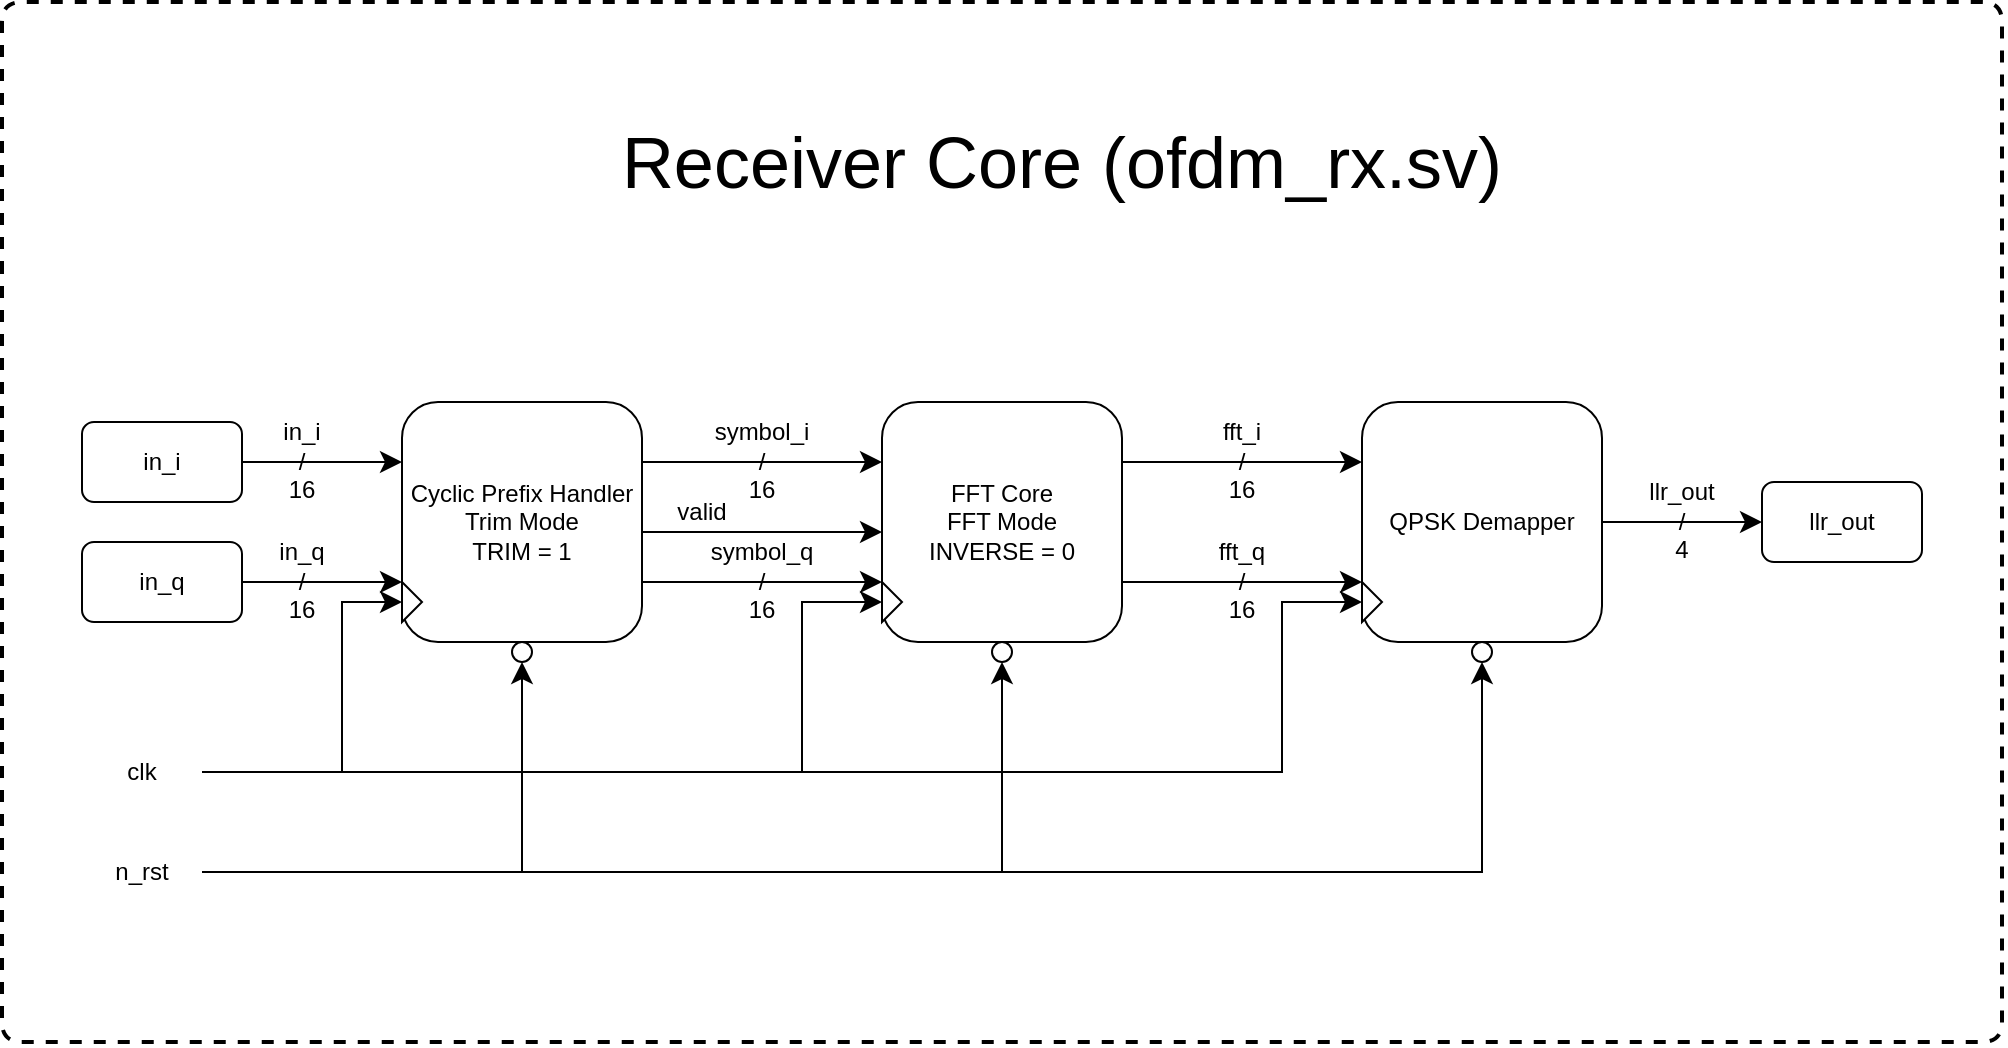
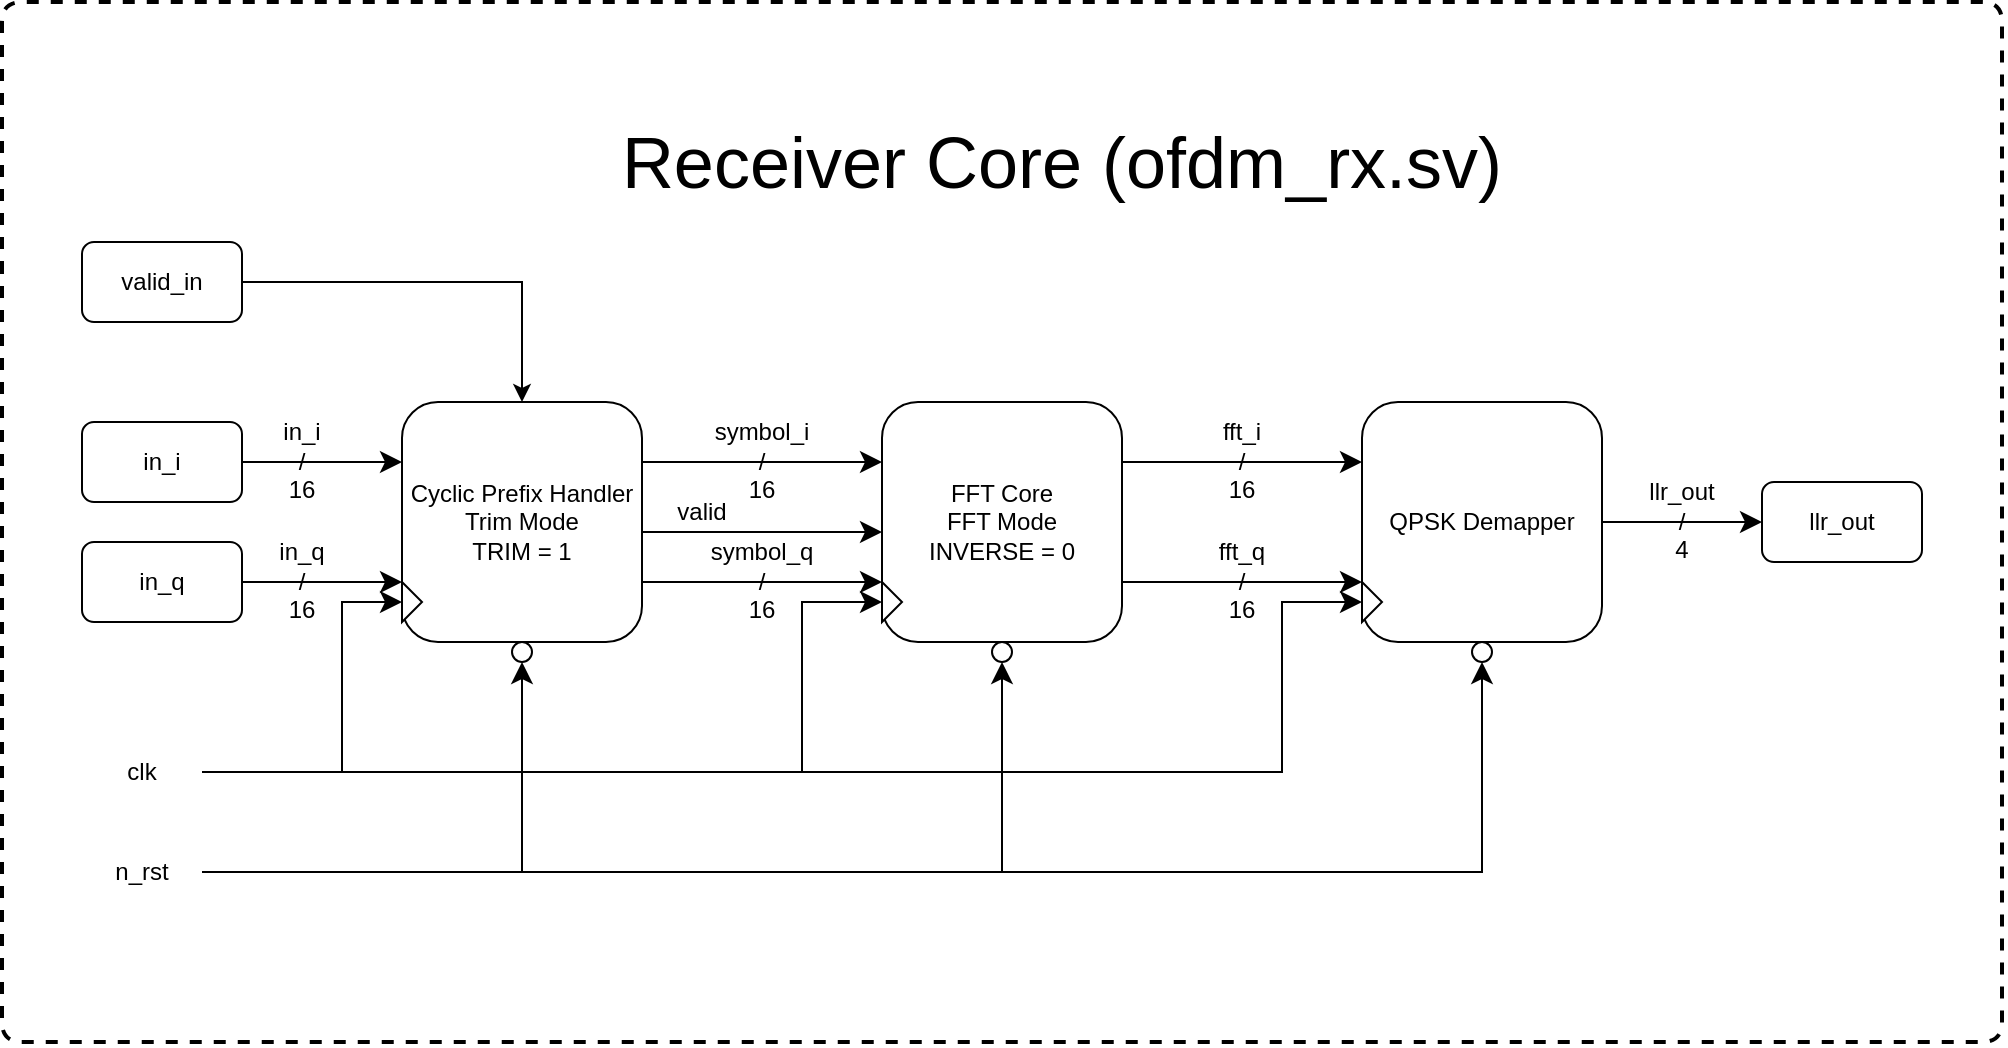
<mxfile host="app.diagrams.net">
  <diagram name="Page-1" id="vsrgYnheou2V2p97a6zX">
-     <mxGraphModel dx="1998" dy="777" grid="1" gridSize="10" guides="1" tooltips="1" connect="1" arrows="1" fold="1" page="1" pageScale="1" pageWidth="850" pageHeight="1100" math="0" shadow="0">
+     <mxGraphModel dx="1998" dy="733" grid="1" gridSize="10" guides="1" tooltips="1" connect="1" arrows="1" fold="1" page="1" pageScale="1" pageWidth="850" pageHeight="1100" math="0" shadow="0">
      <root>
        <mxCell id="0" />
        <mxCell id="1" parent="0" />
        <mxCell id="hyDuXx5uIsc8bR0PNMi4-63" parent="1" style="text;html=1;whiteSpace=wrap;strokeColor=none;fillColor=none;align=center;verticalAlign=middle;rounded=0;fontFamily=Helvetica;fontSize=12;fontColor=default;labelBackgroundColor=default;" value="&lt;div&gt;&lt;br&gt;&lt;/div&gt;&lt;div&gt;&lt;br&gt;&lt;/div&gt;in_q&lt;div&gt;/&lt;/div&gt;&lt;div&gt;16&lt;/div&gt;" vertex="1">
          <mxGeometry height="30" width="60" x="80" y="300" as="geometry" />
        </mxCell>
        <mxCell id="hyDuXx5uIsc8bR0PNMi4-64" parent="1" style="text;html=1;whiteSpace=wrap;strokeColor=none;fillColor=none;align=center;verticalAlign=middle;rounded=0;fontFamily=Helvetica;fontSize=12;fontColor=default;labelBackgroundColor=default;" value="&lt;div&gt;&lt;br&gt;&lt;/div&gt;&lt;div&gt;&lt;br&gt;&lt;/div&gt;in_i&lt;div&gt;/&lt;/div&gt;&lt;div&gt;16&lt;/div&gt;" vertex="1">
          <mxGeometry height="30" width="60" x="80" y="240" as="geometry" />
        </mxCell>
        <mxCell id="hyDuXx5uIsc8bR0PNMi4-62" parent="1" style="text;html=1;whiteSpace=wrap;strokeColor=none;fillColor=none;align=center;verticalAlign=middle;rounded=0;fontFamily=Helvetica;fontSize=12;fontColor=default;labelBackgroundColor=default;" value="&lt;div&gt;&lt;br&gt;&lt;/div&gt;&lt;div&gt;&lt;br&gt;&lt;/div&gt;llr_out&lt;br&gt;&lt;div&gt;/&lt;/div&gt;&lt;div&gt;4&lt;/div&gt;" vertex="1">
          <mxGeometry height="30" width="60" x="770" y="270" as="geometry" />
        </mxCell>
        <mxCell id="hyDuXx5uIsc8bR0PNMi4-19" parent="1" style="text;html=1;whiteSpace=wrap;strokeColor=none;fillColor=none;align=center;verticalAlign=middle;rounded=0;fontFamily=Helvetica;fontSize=12;fontColor=default;labelBackgroundColor=default;" value="&lt;div&gt;&lt;br&gt;&lt;/div&gt;&lt;div&gt;&lt;br&gt;&lt;/div&gt;symbol_q&lt;div&gt;/&lt;/div&gt;&lt;div&gt;16&lt;/div&gt;" vertex="1">
          <mxGeometry height="30" width="60" x="310" y="300" as="geometry" />
        </mxCell>
        <mxCell id="hyDuXx5uIsc8bR0PNMi4-18" parent="1" style="text;html=1;whiteSpace=wrap;strokeColor=none;fillColor=none;align=center;verticalAlign=middle;rounded=0;fontFamily=Helvetica;fontSize=12;fontColor=default;labelBackgroundColor=default;" value="&lt;div&gt;&lt;br&gt;&lt;/div&gt;&lt;div&gt;&lt;br&gt;&lt;/div&gt;symbol_i&lt;div&gt;/&lt;/div&gt;&lt;div&gt;16&lt;/div&gt;" vertex="1">
          <mxGeometry height="30" width="60" x="310" y="240" as="geometry" />
        </mxCell>
        <mxCell id="hyDuXx5uIsc8bR0PNMi4-8" edge="1" parent="1" source="hyDuXx5uIsc8bR0PNMi4-3" style="edgeStyle=orthogonalEdgeStyle;shape=connector;rounded=0;orthogonalLoop=1;jettySize=auto;html=1;exitX=1;exitY=0.75;exitDx=0;exitDy=0;entryX=0;entryY=0.75;entryDx=0;entryDy=0;strokeColor=default;align=center;verticalAlign=middle;fontFamily=Helvetica;fontSize=12;fontColor=default;labelBackgroundColor=default;startSize=8;endArrow=classic;endSize=8;" target="hyDuXx5uIsc8bR0PNMi4-6">
          <mxGeometry relative="1" as="geometry" />
        </mxCell>
        <mxCell id="hyDuXx5uIsc8bR0PNMi4-20" parent="1" style="text;html=1;whiteSpace=wrap;strokeColor=none;fillColor=none;align=center;verticalAlign=middle;rounded=0;fontFamily=Helvetica;fontSize=12;fontColor=default;labelBackgroundColor=default;" value="&lt;div&gt;&lt;br&gt;&lt;/div&gt;&lt;div&gt;&lt;br&gt;&lt;/div&gt;fft_q&lt;div&gt;/&lt;/div&gt;&lt;div&gt;16&lt;/div&gt;" vertex="1">
          <mxGeometry height="30" width="60" x="550" y="300" as="geometry" />
        </mxCell>
        <mxCell id="hyDuXx5uIsc8bR0PNMi4-21" parent="1" style="text;html=1;whiteSpace=wrap;strokeColor=none;fillColor=none;align=center;verticalAlign=middle;rounded=0;fontFamily=Helvetica;fontSize=12;fontColor=default;labelBackgroundColor=default;" value="&lt;div&gt;&lt;br&gt;&lt;/div&gt;&lt;div&gt;&lt;br&gt;&lt;/div&gt;fft_i&lt;div&gt;/&lt;/div&gt;&lt;div&gt;16&lt;/div&gt;" vertex="1">
          <mxGeometry height="30" width="60" x="550" y="240" as="geometry" />
        </mxCell>
        <mxCell id="hyDuXx5uIsc8bR0PNMi4-7" edge="1" parent="1" source="hyDuXx5uIsc8bR0PNMi4-3" style="edgeStyle=orthogonalEdgeStyle;shape=connector;rounded=0;orthogonalLoop=1;jettySize=auto;html=1;exitX=1;exitY=0.25;exitDx=0;exitDy=0;entryX=0;entryY=0.25;entryDx=0;entryDy=0;strokeColor=default;align=center;verticalAlign=middle;fontFamily=Helvetica;fontSize=12;fontColor=default;labelBackgroundColor=default;startSize=8;endArrow=classic;endSize=8;" target="hyDuXx5uIsc8bR0PNMi4-6">
          <mxGeometry relative="1" as="geometry" />
        </mxCell>
        <mxCell id="hyDuXx5uIsc8bR0PNMi4-3" parent="1" style="rounded=1;whiteSpace=wrap;html=1;" value="Cyclic Prefix Handler&lt;div&gt;Trim Mode&lt;/div&gt;&lt;div&gt;TRIM = 1&lt;/div&gt;" vertex="1">
          <mxGeometry height="120" width="120" x="160" y="240" as="geometry" />
        </mxCell>
        <mxCell id="hyDuXx5uIsc8bR0PNMi4-10" edge="1" parent="1" source="hyDuXx5uIsc8bR0PNMi4-6" style="edgeStyle=orthogonalEdgeStyle;shape=connector;rounded=0;orthogonalLoop=1;jettySize=auto;html=1;exitX=1;exitY=0.25;exitDx=0;exitDy=0;entryX=0;entryY=0.25;entryDx=0;entryDy=0;strokeColor=default;align=center;verticalAlign=middle;fontFamily=Helvetica;fontSize=12;fontColor=default;labelBackgroundColor=default;startSize=8;endArrow=classic;endSize=8;" target="hyDuXx5uIsc8bR0PNMi4-9">
          <mxGeometry relative="1" as="geometry" />
        </mxCell>
        <mxCell id="hyDuXx5uIsc8bR0PNMi4-11" edge="1" parent="1" source="hyDuXx5uIsc8bR0PNMi4-6" style="edgeStyle=orthogonalEdgeStyle;shape=connector;rounded=0;orthogonalLoop=1;jettySize=auto;html=1;exitX=1;exitY=0.75;exitDx=0;exitDy=0;entryX=0;entryY=0.75;entryDx=0;entryDy=0;strokeColor=default;align=center;verticalAlign=middle;fontFamily=Helvetica;fontSize=12;fontColor=default;labelBackgroundColor=default;startSize=8;endArrow=classic;endSize=8;" target="hyDuXx5uIsc8bR0PNMi4-9">
          <mxGeometry relative="1" as="geometry" />
        </mxCell>
        <mxCell id="WWBBv8itHnHFcoTcIOic-1" edge="1" parent="1" style="edgeStyle=none;curved=1;rounded=0;orthogonalLoop=1;jettySize=auto;html=1;exitX=1;exitY=0.5;exitDx=0;exitDy=0;entryX=0;entryY=0.5;entryDx=0;entryDy=0;fontSize=12;startSize=8;endSize=8;">
          <mxGeometry relative="1" as="geometry">
            <mxPoint x="280" y="305" as="sourcePoint" />
            <mxPoint x="400" y="305" as="targetPoint" />
          </mxGeometry>
        </mxCell>
        <mxCell id="hyDuXx5uIsc8bR0PNMi4-6" parent="1" style="rounded=1;whiteSpace=wrap;html=1;" value="FFT Core&lt;div&gt;FFT Mode&lt;/div&gt;&lt;div&gt;INVERSE = 0&lt;/div&gt;" vertex="1">
          <mxGeometry height="120" width="120" x="400" y="240" as="geometry" />
        </mxCell>
        <mxCell id="hyDuXx5uIsc8bR0PNMi4-61" edge="1" parent="1" source="hyDuXx5uIsc8bR0PNMi4-9" style="edgeStyle=orthogonalEdgeStyle;shape=connector;rounded=0;orthogonalLoop=1;jettySize=auto;html=1;exitX=1;exitY=0.5;exitDx=0;exitDy=0;entryX=0;entryY=0.5;entryDx=0;entryDy=0;strokeColor=default;align=center;verticalAlign=middle;fontFamily=Helvetica;fontSize=12;fontColor=default;labelBackgroundColor=default;startSize=8;endArrow=classic;endSize=8;" target="hyDuXx5uIsc8bR0PNMi4-60">
          <mxGeometry relative="1" as="geometry" />
        </mxCell>
        <mxCell id="hyDuXx5uIsc8bR0PNMi4-9" parent="1" style="rounded=1;whiteSpace=wrap;html=1;" value="QPSK Demapper" vertex="1">
          <mxGeometry height="120" width="120" x="640" y="240" as="geometry" />
        </mxCell>
        <mxCell id="hyDuXx5uIsc8bR0PNMi4-24" parent="1" style="text;html=1;whiteSpace=wrap;strokeColor=none;fillColor=none;align=center;verticalAlign=middle;rounded=0;fontFamily=Helvetica;fontSize=36;fontColor=default;labelBackgroundColor=default;" value="Receiver Core (ofdm_rx.sv)" vertex="1">
          <mxGeometry height="100" width="500" x="240" y="70" as="geometry" />
        </mxCell>
        <mxCell id="hyDuXx5uIsc8bR0PNMi4-25" edge="1" parent="1" style="endArrow=none;dashed=1;html=1;strokeWidth=2;rounded=1;strokeColor=default;align=center;verticalAlign=middle;fontFamily=Helvetica;fontSize=12;fontColor=default;labelBackgroundColor=default;edgeStyle=orthogonalEdgeStyle;startSize=8;endSize=8;curved=0;" value=" ">
          <mxGeometry height="50" relative="1" width="50" as="geometry">
            <Array as="points">
              <mxPoint x="-40" y="560" />
              <mxPoint x="960" y="560" />
              <mxPoint x="960" y="40" />
              <mxPoint x="-40" y="40" />
            </Array>
            <mxPoint x="-40" y="170" as="sourcePoint" />
            <mxPoint x="-40" y="170" as="targetPoint" />
          </mxGeometry>
        </mxCell>
        <mxCell id="hyDuXx5uIsc8bR0PNMi4-53" edge="1" parent="1" source="hyDuXx5uIsc8bR0PNMi4-40" style="edgeStyle=orthogonalEdgeStyle;shape=connector;rounded=0;orthogonalLoop=1;jettySize=auto;html=1;exitX=1;exitY=0.5;exitDx=0;exitDy=0;entryX=0;entryY=0.5;entryDx=0;entryDy=0;strokeColor=default;align=center;verticalAlign=middle;fontFamily=Helvetica;fontSize=12;fontColor=default;labelBackgroundColor=default;startSize=8;endArrow=classic;endSize=8;" target="hyDuXx5uIsc8bR0PNMi4-44">
          <mxGeometry relative="1" as="geometry">
            <Array as="points">
              <mxPoint x="130" y="425" />
              <mxPoint x="130" y="340" />
            </Array>
          </mxGeometry>
        </mxCell>
        <mxCell id="hyDuXx5uIsc8bR0PNMi4-54" edge="1" parent="1" source="hyDuXx5uIsc8bR0PNMi4-40" style="edgeStyle=orthogonalEdgeStyle;shape=connector;rounded=0;orthogonalLoop=1;jettySize=auto;html=1;exitX=1;exitY=0.5;exitDx=0;exitDy=0;entryX=0;entryY=0.5;entryDx=0;entryDy=0;strokeColor=default;align=center;verticalAlign=middle;fontFamily=Helvetica;fontSize=12;fontColor=default;labelBackgroundColor=default;startSize=8;endArrow=classic;endSize=8;" target="hyDuXx5uIsc8bR0PNMi4-45">
          <mxGeometry relative="1" as="geometry">
            <Array as="points">
              <mxPoint x="360" y="425" />
              <mxPoint x="360" y="340" />
            </Array>
          </mxGeometry>
        </mxCell>
        <mxCell id="hyDuXx5uIsc8bR0PNMi4-55" edge="1" parent="1" source="hyDuXx5uIsc8bR0PNMi4-40" style="edgeStyle=orthogonalEdgeStyle;shape=connector;rounded=0;orthogonalLoop=1;jettySize=auto;html=1;exitX=1;exitY=0.5;exitDx=0;exitDy=0;entryX=0;entryY=0.5;entryDx=0;entryDy=0;strokeColor=default;align=center;verticalAlign=middle;fontFamily=Helvetica;fontSize=12;fontColor=default;labelBackgroundColor=default;startSize=8;endArrow=classic;endSize=8;" target="hyDuXx5uIsc8bR0PNMi4-46">
          <mxGeometry relative="1" as="geometry">
            <Array as="points">
              <mxPoint x="600" y="425" />
              <mxPoint x="600" y="340" />
            </Array>
          </mxGeometry>
        </mxCell>
        <mxCell id="hyDuXx5uIsc8bR0PNMi4-40" parent="1" style="text;html=1;whiteSpace=wrap;strokeColor=none;fillColor=none;align=center;verticalAlign=middle;rounded=0;fontFamily=Helvetica;fontSize=12;fontColor=default;labelBackgroundColor=default;" value="clk" vertex="1">
          <mxGeometry height="30" width="60" y="410" as="geometry" />
        </mxCell>
        <mxCell id="hyDuXx5uIsc8bR0PNMi4-50" edge="1" parent="1" source="hyDuXx5uIsc8bR0PNMi4-41" style="edgeStyle=orthogonalEdgeStyle;shape=connector;rounded=0;orthogonalLoop=1;jettySize=auto;html=1;exitX=1;exitY=0.5;exitDx=0;exitDy=0;entryX=0.5;entryY=1;entryDx=0;entryDy=0;strokeColor=default;align=center;verticalAlign=middle;fontFamily=Helvetica;fontSize=12;fontColor=default;labelBackgroundColor=default;startSize=8;endArrow=classic;endSize=8;" target="hyDuXx5uIsc8bR0PNMi4-47">
          <mxGeometry relative="1" as="geometry" />
        </mxCell>
        <mxCell id="hyDuXx5uIsc8bR0PNMi4-51" edge="1" parent="1" source="hyDuXx5uIsc8bR0PNMi4-41" style="edgeStyle=orthogonalEdgeStyle;shape=connector;rounded=0;orthogonalLoop=1;jettySize=auto;html=1;exitX=1;exitY=0.5;exitDx=0;exitDy=0;entryX=0.5;entryY=1;entryDx=0;entryDy=0;strokeColor=default;align=center;verticalAlign=middle;fontFamily=Helvetica;fontSize=12;fontColor=default;labelBackgroundColor=default;startSize=8;endArrow=classic;endSize=8;" target="hyDuXx5uIsc8bR0PNMi4-48">
          <mxGeometry relative="1" as="geometry" />
        </mxCell>
        <mxCell id="hyDuXx5uIsc8bR0PNMi4-52" edge="1" parent="1" source="hyDuXx5uIsc8bR0PNMi4-41" style="edgeStyle=orthogonalEdgeStyle;shape=connector;rounded=0;orthogonalLoop=1;jettySize=auto;html=1;exitX=1;exitY=0.5;exitDx=0;exitDy=0;entryX=0.5;entryY=1;entryDx=0;entryDy=0;strokeColor=default;align=center;verticalAlign=middle;fontFamily=Helvetica;fontSize=12;fontColor=default;labelBackgroundColor=default;startSize=8;endArrow=classic;endSize=8;" target="hyDuXx5uIsc8bR0PNMi4-49">
          <mxGeometry relative="1" as="geometry" />
        </mxCell>
        <mxCell id="hyDuXx5uIsc8bR0PNMi4-41" parent="1" style="text;html=1;whiteSpace=wrap;strokeColor=none;fillColor=none;align=center;verticalAlign=middle;rounded=0;fontFamily=Helvetica;fontSize=12;fontColor=default;labelBackgroundColor=default;" value="n_rst" vertex="1">
          <mxGeometry height="30" width="60" y="460" as="geometry" />
        </mxCell>
        <mxCell id="hyDuXx5uIsc8bR0PNMi4-44" parent="1" style="triangle;whiteSpace=wrap;html=1;fontFamily=Helvetica;fontSize=12;fontColor=default;labelBackgroundColor=default;" value="" vertex="1">
          <mxGeometry height="20" width="10" x="160" y="330" as="geometry" />
        </mxCell>
        <mxCell id="hyDuXx5uIsc8bR0PNMi4-45" parent="1" style="triangle;whiteSpace=wrap;html=1;fontFamily=Helvetica;fontSize=12;fontColor=default;labelBackgroundColor=default;" value="" vertex="1">
          <mxGeometry height="20" width="10" x="400" y="330" as="geometry" />
        </mxCell>
        <mxCell id="hyDuXx5uIsc8bR0PNMi4-46" parent="1" style="triangle;whiteSpace=wrap;html=1;fontFamily=Helvetica;fontSize=12;fontColor=default;labelBackgroundColor=default;" value="" vertex="1">
          <mxGeometry height="20" width="10" x="640" y="330" as="geometry" />
        </mxCell>
        <mxCell id="hyDuXx5uIsc8bR0PNMi4-47" parent="1" style="ellipse;whiteSpace=wrap;html=1;aspect=fixed;fontFamily=Helvetica;fontSize=12;fontColor=default;labelBackgroundColor=default;" value="" vertex="1">
          <mxGeometry height="10" width="10" x="215" y="360" as="geometry" />
        </mxCell>
        <mxCell id="hyDuXx5uIsc8bR0PNMi4-48" parent="1" style="ellipse;whiteSpace=wrap;html=1;aspect=fixed;fontFamily=Helvetica;fontSize=12;fontColor=default;labelBackgroundColor=default;" value="" vertex="1">
          <mxGeometry height="10" width="10" x="455" y="360" as="geometry" />
        </mxCell>
        <mxCell id="hyDuXx5uIsc8bR0PNMi4-49" parent="1" style="ellipse;whiteSpace=wrap;html=1;aspect=fixed;fontFamily=Helvetica;fontSize=12;fontColor=default;labelBackgroundColor=default;" value="" vertex="1">
          <mxGeometry height="10" width="10" x="695" y="360" as="geometry" />
        </mxCell>
        <mxCell id="hyDuXx5uIsc8bR0PNMi4-58" edge="1" parent="1" source="hyDuXx5uIsc8bR0PNMi4-56" style="edgeStyle=orthogonalEdgeStyle;shape=connector;rounded=0;orthogonalLoop=1;jettySize=auto;html=1;exitX=1;exitY=0.5;exitDx=0;exitDy=0;entryX=0;entryY=0.25;entryDx=0;entryDy=0;strokeColor=default;align=center;verticalAlign=middle;fontFamily=Helvetica;fontSize=12;fontColor=default;labelBackgroundColor=default;startSize=8;endArrow=classic;endSize=8;" target="hyDuXx5uIsc8bR0PNMi4-3">
          <mxGeometry relative="1" as="geometry" />
        </mxCell>
        <mxCell id="hyDuXx5uIsc8bR0PNMi4-56" parent="1" style="rounded=1;whiteSpace=wrap;html=1;fontFamily=Helvetica;fontSize=12;fontColor=default;labelBackgroundColor=default;" value="in_i" vertex="1">
          <mxGeometry height="40" width="80" y="250" as="geometry" />
        </mxCell>
        <mxCell id="hyDuXx5uIsc8bR0PNMi4-59" edge="1" parent="1" source="hyDuXx5uIsc8bR0PNMi4-57" style="edgeStyle=orthogonalEdgeStyle;shape=connector;rounded=0;orthogonalLoop=1;jettySize=auto;html=1;exitX=1;exitY=0.5;exitDx=0;exitDy=0;entryX=0;entryY=0.75;entryDx=0;entryDy=0;strokeColor=default;align=center;verticalAlign=middle;fontFamily=Helvetica;fontSize=12;fontColor=default;labelBackgroundColor=default;startSize=8;endArrow=classic;endSize=8;" target="hyDuXx5uIsc8bR0PNMi4-3">
          <mxGeometry relative="1" as="geometry" />
        </mxCell>
        <mxCell id="hyDuXx5uIsc8bR0PNMi4-57" parent="1" style="rounded=1;whiteSpace=wrap;html=1;fontFamily=Helvetica;fontSize=12;fontColor=default;labelBackgroundColor=default;" value="in_q" vertex="1">
          <mxGeometry height="40" width="80" y="310" as="geometry" />
        </mxCell>
        <mxCell id="hyDuXx5uIsc8bR0PNMi4-60" parent="1" style="rounded=1;whiteSpace=wrap;html=1;fontFamily=Helvetica;fontSize=12;fontColor=default;labelBackgroundColor=default;" value="llr_out" vertex="1">
          <mxGeometry height="40" width="80" x="840" y="280" as="geometry" />
        </mxCell>
        <mxCell id="WWBBv8itHnHFcoTcIOic-3" parent="1" style="text;html=1;whiteSpace=wrap;strokeColor=none;fillColor=none;align=center;verticalAlign=middle;rounded=0;" value="valid" vertex="1">
          <mxGeometry height="30" width="60" x="280" y="280" as="geometry" />
        </mxCell>
+         <mxCell id="H8hrj6BfgOLhWl7LOoB9-2" edge="1" parent="1" source="H8hrj6BfgOLhWl7LOoB9-1" style="edgeStyle=orthogonalEdgeStyle;rounded=0;orthogonalLoop=1;jettySize=auto;html=1;exitX=1;exitY=0.5;exitDx=0;exitDy=0;" target="hyDuXx5uIsc8bR0PNMi4-3">
+           <mxGeometry relative="1" as="geometry" />
+         </mxCell>
+         <mxCell id="H8hrj6BfgOLhWl7LOoB9-1" parent="1" style="rounded=1;whiteSpace=wrap;html=1;fontFamily=Helvetica;fontSize=12;fontColor=default;labelBackgroundColor=default;" value="valid_in" vertex="1">
+           <mxGeometry height="40" width="80" y="160" as="geometry" />
+         </mxCell>
      </root>
    </mxGraphModel>
  </diagram>
</mxfile>
